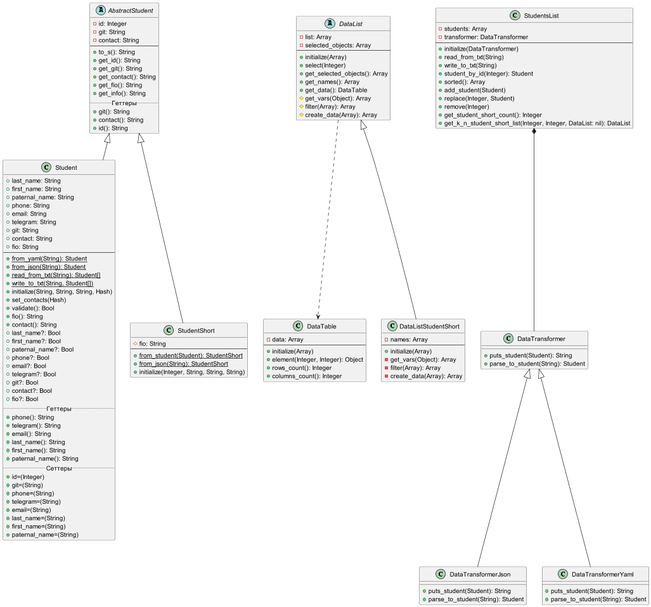
Before: LAB2/lab2.png, a diagram exported from PlantUML (iamgirya/Programm_patterns_Ruby).
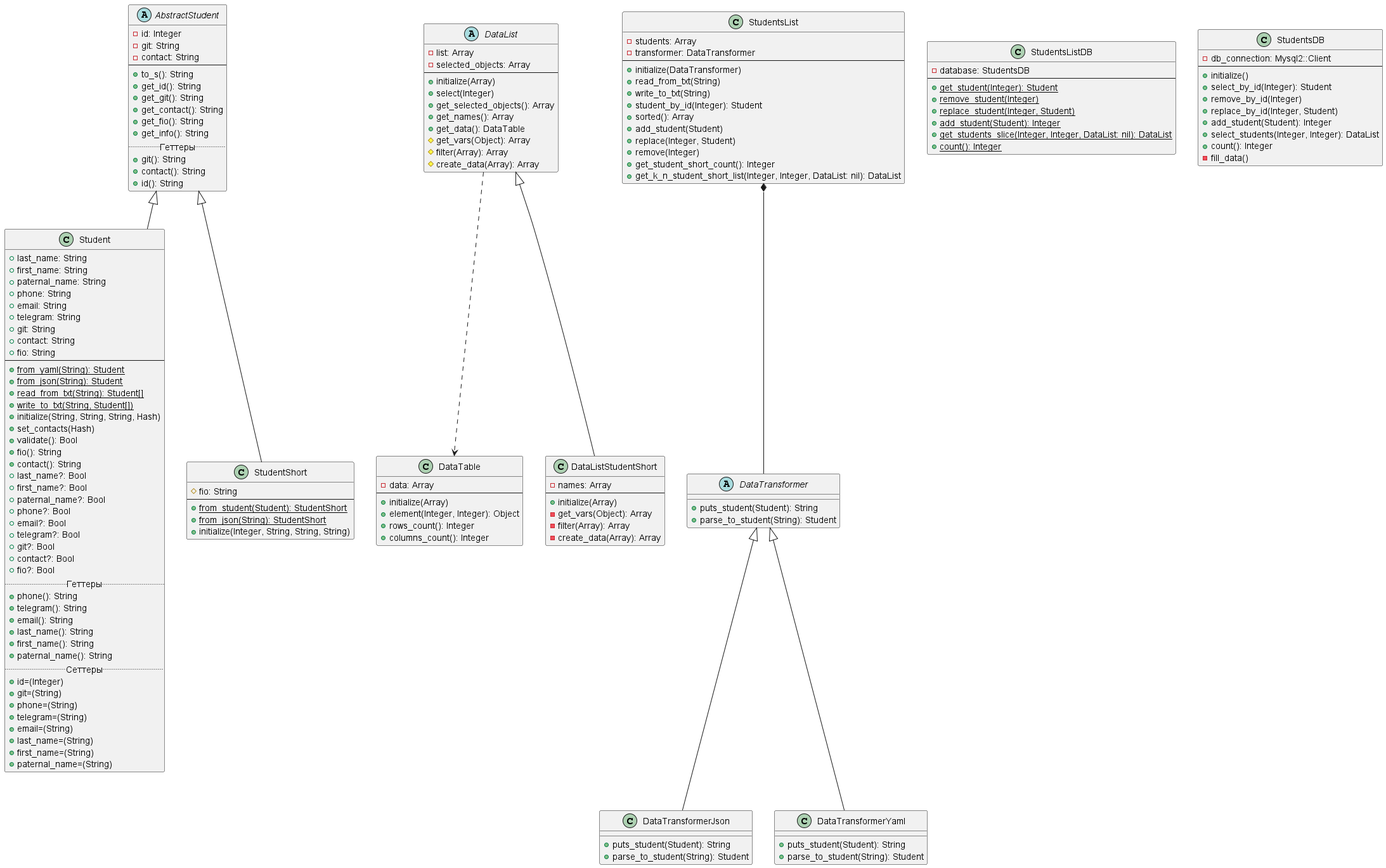
Above is the later version.

Change to the diagram source:
```diff
@@ -115,7 +115,7 @@
     +get_k_n_student_short_list(Integer, Integer, DataList: nil): DataList
 }
 
-class DataTransformer {
+abstract class DataTransformer {
     +puts_student(Student): String
     +parse_to_student(String): Student
 }
@@ -128,6 +128,31 @@
     +puts_student(Student): String
     +parse_to_student(String): Student
 }
+
+class StudentsListDB {
+    -database: StudentsDB
+    --
+    +{static}get_student(Integer): Student
+    +{static}remove_student(Integer)
+    +{static}replace_student(Integer, Student)
+    +{static}add_student(Student): Integer
+    +{static}get_students_slice(Integer, Integer, DataList: nil): DataList
+    +{static}count(): Integer
+}
+
+class StudentsDB {
+    -db_connection: Mysql2::Client
+    --
+    +initialize()
+    +select_by_id(Integer): Student
+    +remove_by_id(Integer)
+    +replace_by_id(Integer, Student)
+    +add_student(Student): Integer
+    +select_students(Integer, Integer): DataList
+    +count(): Integer
+    -fill_data()
+}
+
 DataList ..> DataTable
 StudentsList *-- DataTransformer
 @enduml
```
